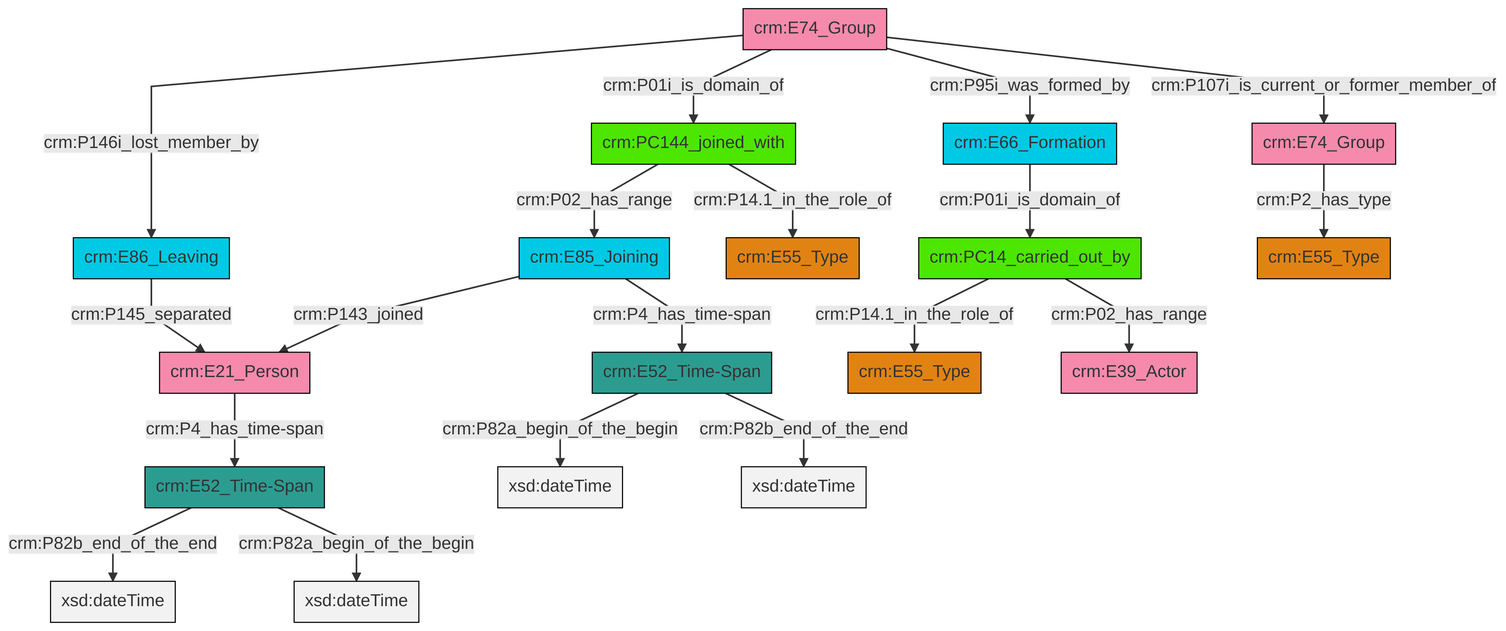
Before: et/groupCSV/ttl/mmd/png/group_actor_relations.png, a diagram exported from Mermaid (swiss-art-research-net/docs.swissartresearch). Its source is kept beside it as et/groupCSV/ttl/mmd/group_actor_relations.ttl.mmd.
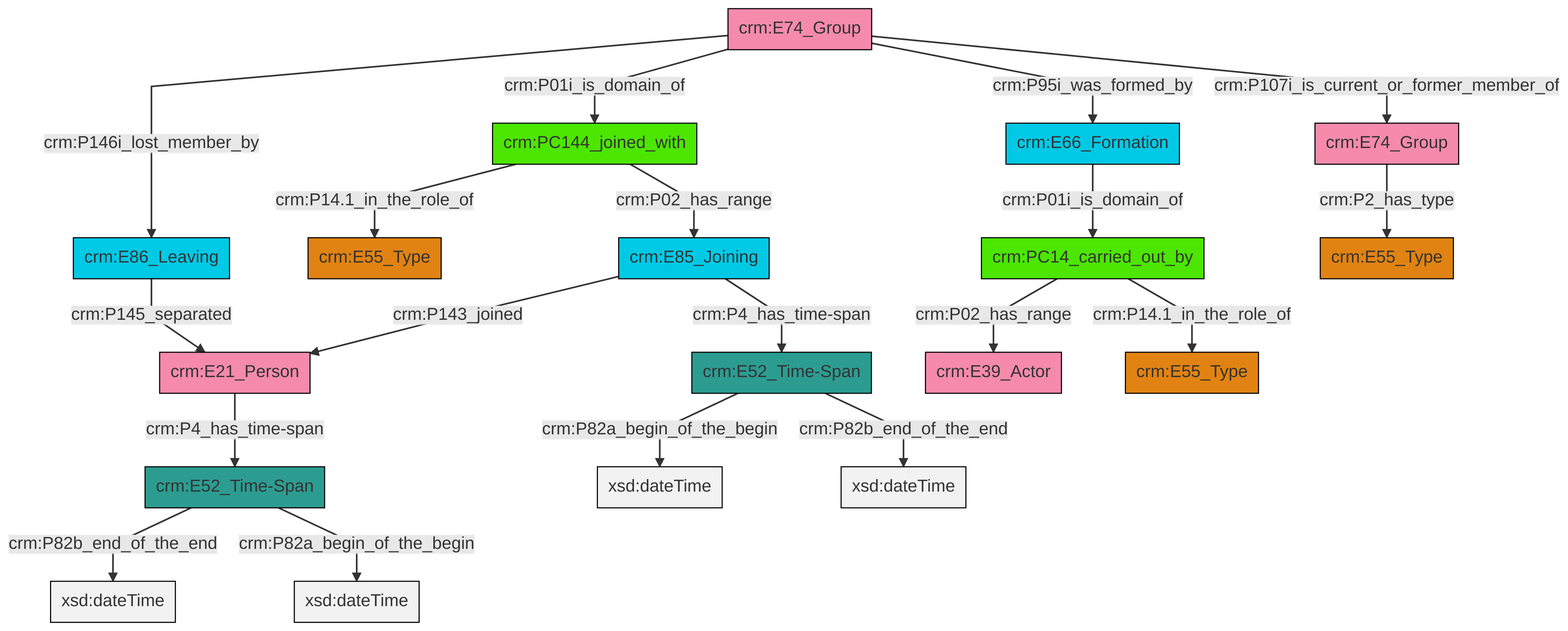
Later version of the same file.

Change to the diagram source:
```diff
@@ -13,21 +13,21 @@
 classDef PC_Classes fill:#4ce600, stroke:#000000;
 classDef Multi fill:#cccccc,stroke:#000000;
 
-0["crm:E74_Group"]:::Actor -->|crm:P146i_lost_member_by| 1["crm:E86_Leaving"]:::Temporal_Entity
-2["crm:E52_Time-Span"]:::Time-Span -->|crm:P82a_begin_of_the_begin| 3[xsd:dateTime]:::Literal
-4["crm:E21_Person"]:::Actor -->|crm:P4_has_time-span| 5["crm:E52_Time-Span"]:::Time-Span
-6["crm:PC144_joined_with"]:::PC_Classes -->|crm:P02_has_range| 7["crm:E85_Joining"]:::Temporal_Entity
-8["crm:E66_Formation"]:::Temporal_Entity -->|crm:P01i_is_domain_of| 16["crm:PC14_carried_out_by"]:::PC_Classes
-16["crm:PC14_carried_out_by"]:::PC_Classes -->|crm:P14.1_in_the_role_of| 10["crm:E55_Type"]:::Type
-0["crm:E74_Group"]:::Actor -->|crm:P01i_is_domain_of| 6["crm:PC144_joined_with"]:::PC_Classes
-0["crm:E74_Group"]:::Actor -->|crm:P95i_was_formed_by| 8["crm:E66_Formation"]:::Temporal_Entity
-6["crm:PC144_joined_with"]:::PC_Classes -->|crm:P14.1_in_the_role_of| 12["crm:E55_Type"]:::Type
-7["crm:E85_Joining"]:::Temporal_Entity -->|crm:P143_joined| 4["crm:E21_Person"]:::Actor
-5["crm:E52_Time-Span"]:::Time-Span -->|crm:P82b_end_of_the_end| 30[xsd:dateTime]:::Literal
-0["crm:E74_Group"]:::Actor -->|crm:P107i_is_current_or_former_member_of| 14["crm:E74_Group"]:::Actor
-2["crm:E52_Time-Span"]:::Time-Span -->|crm:P82b_end_of_the_end| 32[xsd:dateTime]:::Literal
-14["crm:E74_Group"]:::Actor -->|crm:P2_has_type| 20["crm:E55_Type"]:::Type
-7["crm:E85_Joining"]:::Temporal_Entity -->|crm:P4_has_time-span| 2["crm:E52_Time-Span"]:::Time-Span
-1["crm:E86_Leaving"]:::Temporal_Entity -->|crm:P145_separated| 4["crm:E21_Person"]:::Actor
-16["crm:PC14_carried_out_by"]:::PC_Classes -->|crm:P02_has_range| 18["crm:E39_Actor"]:::Actor
-5["crm:E52_Time-Span"]:::Time-Span -->|crm:P82a_begin_of_the_begin| 33[xsd:dateTime]:::Literal
+0["crm:E85_Joining"]:::Temporal_Entity -->|crm:P4_has_time-span| 1["crm:E52_Time-Span"]:::Time-Span
+8["crm:E74_Group"]:::Actor -->|crm:P107i_is_current_or_former_member_of| 9["crm:E74_Group"]:::Actor
+10["crm:E66_Formation"]:::Temporal_Entity -->|crm:P01i_is_domain_of| 11["crm:PC14_carried_out_by"]:::PC_Classes
+8["crm:E74_Group"]:::Actor -->|crm:P146i_lost_member_by| 13["crm:E86_Leaving"]:::Temporal_Entity
+14["crm:PC144_joined_with"]:::PC_Classes -->|crm:P14.1_in_the_role_of| 4["crm:E55_Type"]:::Type
+8["crm:E74_Group"]:::Actor -->|crm:P95i_was_formed_by| 10["crm:E66_Formation"]:::Temporal_Entity
+8["crm:E74_Group"]:::Actor -->|crm:P01i_is_domain_of| 14["crm:PC144_joined_with"]:::PC_Classes
+1["crm:E52_Time-Span"]:::Time-Span -->|crm:P82a_begin_of_the_begin| 21[xsd:dateTime]:::Literal
+11["crm:PC14_carried_out_by"]:::PC_Classes -->|crm:P02_has_range| 19["crm:E39_Actor"]:::Actor
+11["crm:PC14_carried_out_by"]:::PC_Classes -->|crm:P14.1_in_the_role_of| 22["crm:E55_Type"]:::Type
+9["crm:E74_Group"]:::Actor -->|crm:P2_has_type| 15["crm:E55_Type"]:::Type
+6["crm:E52_Time-Span"]:::Time-Span -->|crm:P82b_end_of_the_end| 28[xsd:dateTime]:::Literal
+14["crm:PC144_joined_with"]:::PC_Classes -->|crm:P02_has_range| 0["crm:E85_Joining"]:::Temporal_Entity
+2["crm:E21_Person"]:::Actor -->|crm:P4_has_time-span| 6["crm:E52_Time-Span"]:::Time-Span
+6["crm:E52_Time-Span"]:::Time-Span -->|crm:P82a_begin_of_the_begin| 33[xsd:dateTime]:::Literal
+1["crm:E52_Time-Span"]:::Time-Span -->|crm:P82b_end_of_the_end| 34[xsd:dateTime]:::Literal
+13["crm:E86_Leaving"]:::Temporal_Entity -->|crm:P145_separated| 2["crm:E21_Person"]:::Actor
+0["crm:E85_Joining"]:::Temporal_Entity -->|crm:P143_joined| 2["crm:E21_Person"]:::Actor
```
